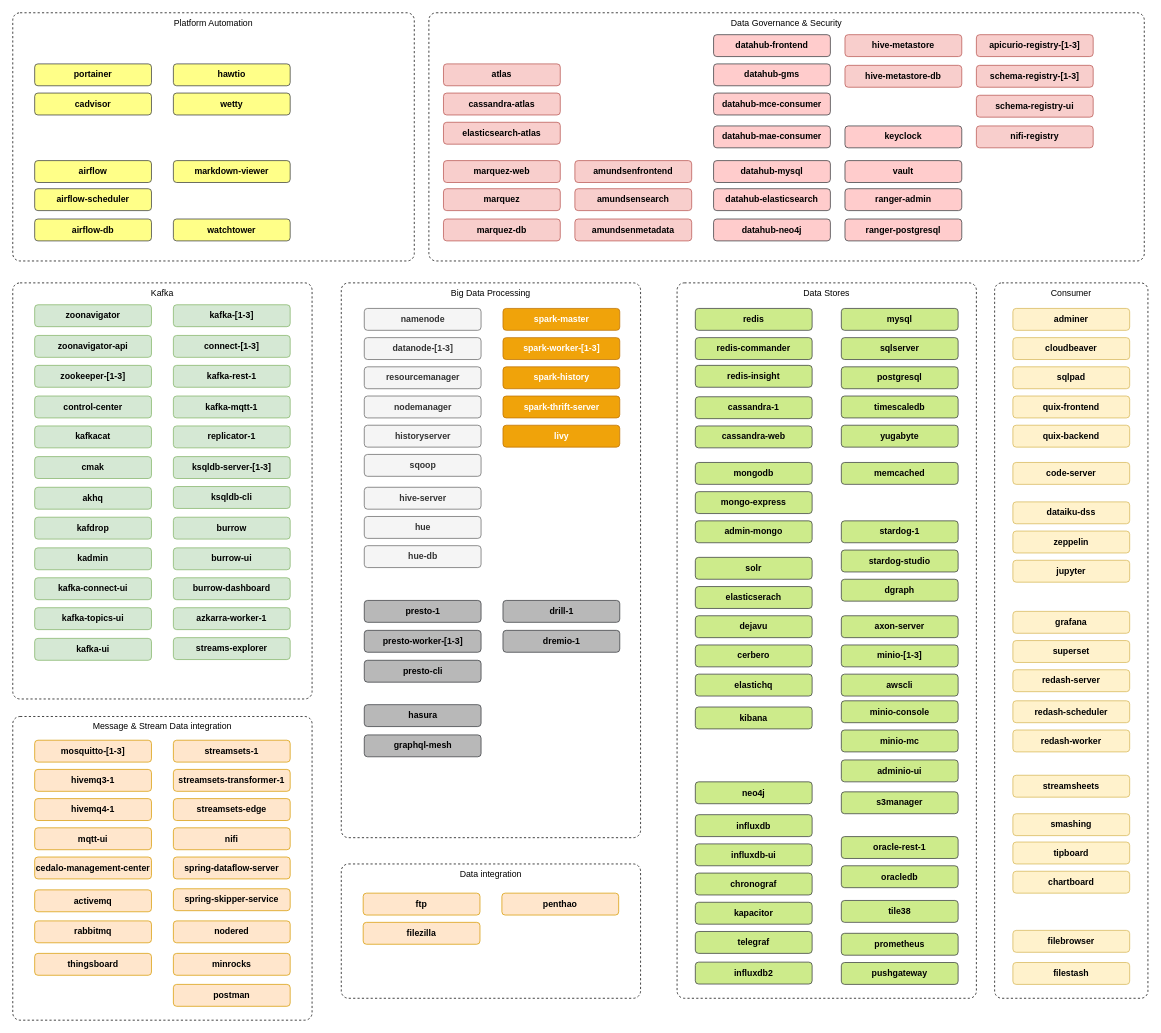
Earlier version of the draw.io diagram page "Services" (1 of 4) of documentation/drawio/modern-data-platform.drawio (TrivadisPF/platys-modern-data-platform). Source tidied: cells renumbered, new cells numbered last; positions are measured from the earlier drawing's top-left corner, leaving out a move shared by most shapes. Both pictures are drawn from the tidied source at 73%, with x=0, y=0 at pixel (12, 12).
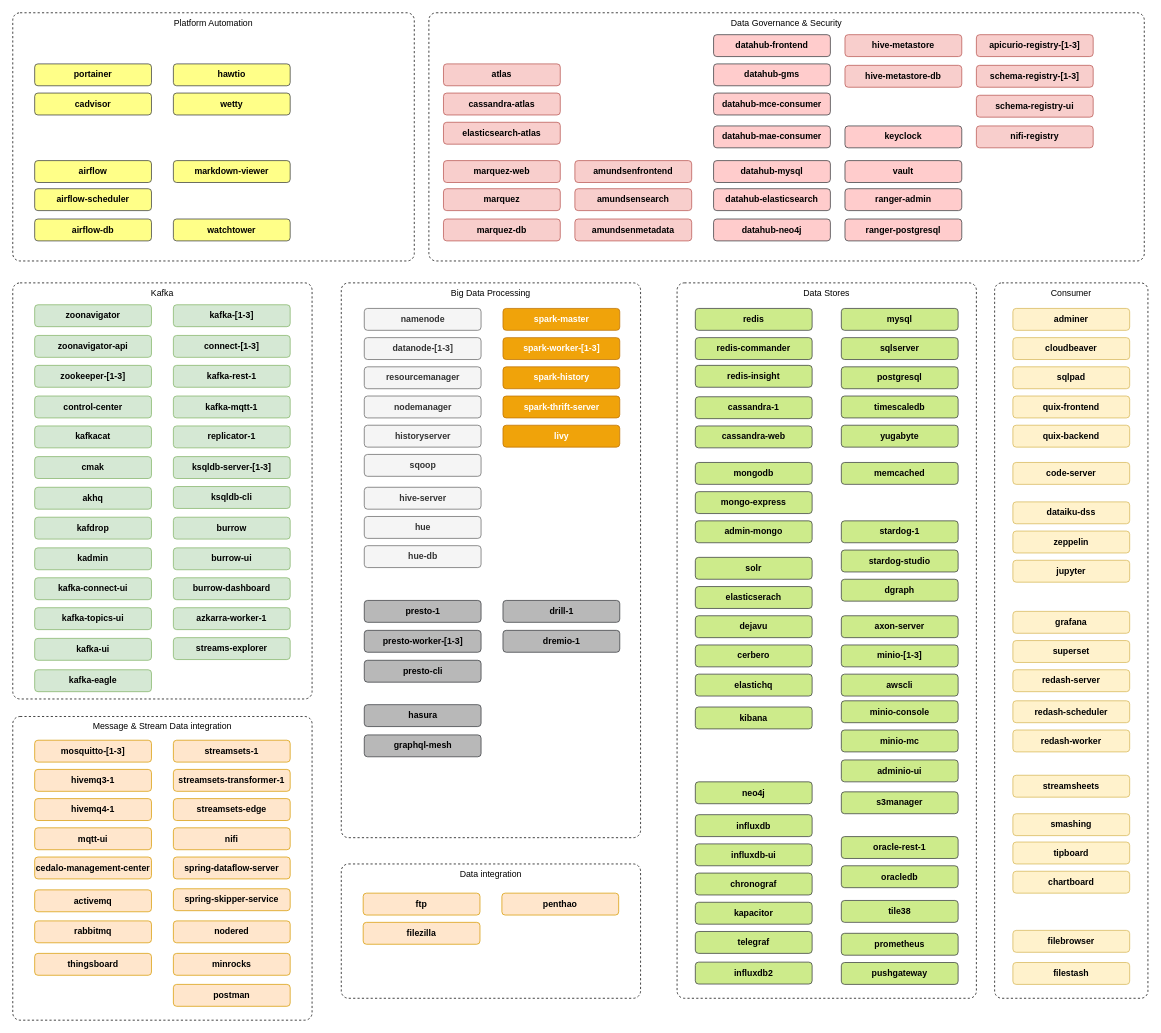
After the change.

Commit message (it also covers changes not shown here):
add kafka-eagle service

What changed in the source:
```diff
@@
+    <mxCell id="173" value="&lt;span&gt;kafka-eagle&lt;/span&gt;" style="rounded=1;whiteSpace=wrap;html=1;fillColor=#d5e8d4;strokeColor=#82b366;fontStyle=1;" parent="1" vertex="1">
+      <mxGeometry x="30" y="900" width="160" height="30" as="geometry" />
+    </mxCell>
```
